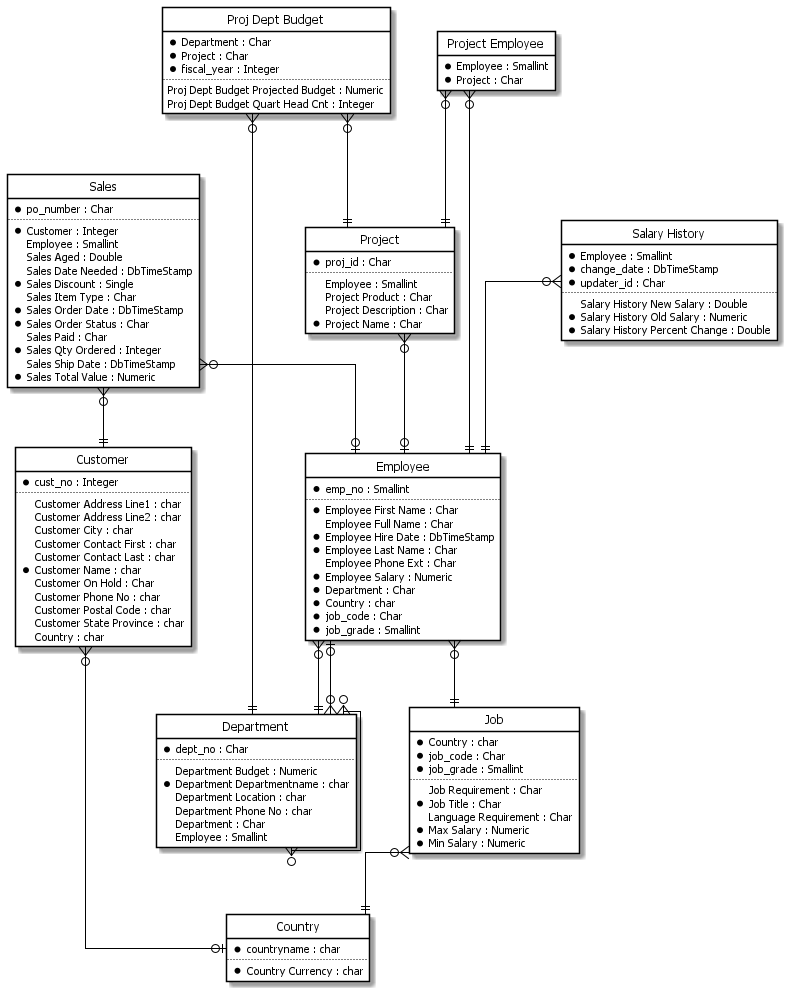
Earlier version of the PlantUML export EN/Employee/all.erd.png (casetalk/Models). Source of this version:
```plantuml
@startuml
hide circle
hide stereotype
hide empty members
skinparam linetype ortho
skinparam backgroundColor transparent
skinparam shadowing True
skinparam defaultFontName Arial
skinparam defaultColor #000000
skinparam arrowColor #000000
skinparam class {
  FontName Tahoma
  classFontColor automatic
  BorderColor #000000
  attributeFontName Tahoma
}
skinparam Class {
  BackgroundColor white
  }
entity "Sales" {
  * po_number : Char
  ..
  * Customer : Integer
    Employee : Smallint
    Sales Aged : Double
    Sales Date Needed : DbTimeStamp
  * Sales Discount : Single
    Sales Item Type : Char
  * Sales Order Date : DbTimeStamp
  * Sales Order Status : Char
    Sales Paid : Char
  * Sales Qty Ordered : Integer
    Sales Ship Date : DbTimeStamp
  * Sales Total Value : Numeric
  }
entity "Salary History" {
  * Employee : Smallint
  * change_date : DbTimeStamp
  * updater_id : Char
  ..
    Salary History New Salary : Double
  * Salary History Old Salary : Numeric
  * Salary History Percent Change : Double
  }
entity "Project" {
  * proj_id : Char
  ..
    Employee : Smallint
    Project Product : Char
    Project Description : Char
  * Project Name : Char
  }
entity "Proj Dept Budget" {
  * Department : Char
  * Project : Char
  * fiscal_year : Integer
  ..
    Proj Dept Budget Projected Budget : Numeric
    Proj Dept Budget Quart Head Cnt : Integer
  }
entity "Job" {
  * Country : char
  * job_code : Char
  * job_grade : Smallint
  ..
    Job Requirement : Char
  * Job Title : Char
    Language Requirement : Char
  * Max Salary : Numeric
  * Min Salary : Numeric
  }
entity "Employee" {
  * emp_no : Smallint
  ..
  * Employee First Name : Char
    Employee Full Name : Char
  * Employee Hire Date : DbTimeStamp
  * Employee Last Name : Char
    Employee Phone Ext : Char
  * Employee Salary : Numeric
  * Department : Char
  * Country : char
  * job_code : Char
  * job_grade : Smallint
  }
entity "Department" {
  * dept_no : Char
  ..
    Department Budget : Numeric
  * Department Departmentname : char
    Department Location : char
    Department Phone No : char
    Department : Char
    Employee : Smallint
  }
entity "Customer" {
  * cust_no : Integer
  ..
    Customer Address Line1 : char
    Customer Address Line2 : char
    Customer City : char
    Customer Contact First : char
    Customer Contact Last : char
  * Customer Name : char
    Customer On Hold : Char
    Customer Phone No : char
    Customer Postal Code : char
    Customer State Province : char
    Country : char
  }
entity "Country" {
  * countryname : char
  ..
  * Country Currency : char
  }
entity "Project Employee" {
  * Employee : Smallint
  * Project : Char
  }
"Sales" }o--|| "Customer"
"Sales" }o--o| "Employee"
"Salary History" }o--|| "Employee"
"Project" }o--o| "Employee"
"Proj Dept Budget" }o--|| "Department"
"Proj Dept Budget" }o--|| "Project"
"Job" }o--|| "Country"
"Employee" }o--|| "Department"
"Employee" }o--|| "Job"
"Department" }o--o{ "Department"
"Department" }o--o| "Employee"
"Customer" }o--o| "Country"
"Project Employee" }o--|| "Employee"
"Project Employee" }o--|| "Project"
@enduml
```
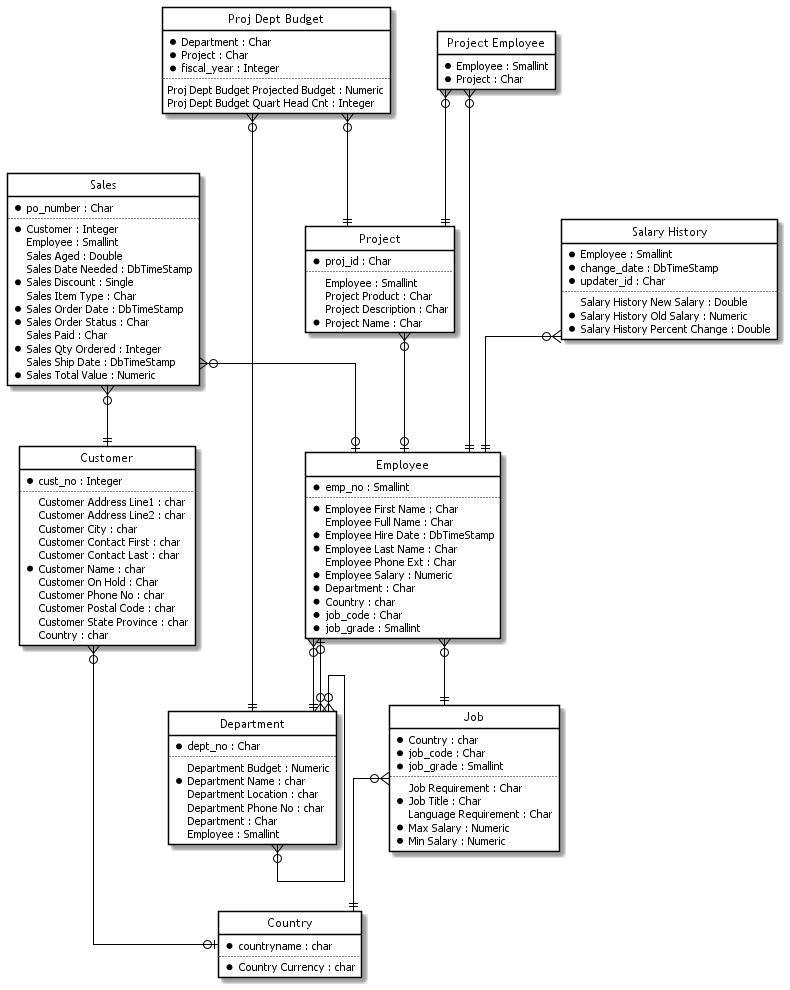
After the change.

The edit, as a diff of the source:
```diff
@@ -9,7 +9,7 @@
 skinparam defaultColor #000000
 skinparam arrowColor #000000
 skinparam class {
-  FontName Tahoma
+  FontName Trebuchet MS
   classFontColor automatic
   BorderColor #000000
   attributeFontName Tahoma
@@ -87,7 +87,7 @@
   * dept_no : Char
   ..
     Department Budget : Numeric
-  * Department Departmentname : char
+  * Department Name : char
     Department Location : char
     Department Phone No : char
     Department : Char
```
